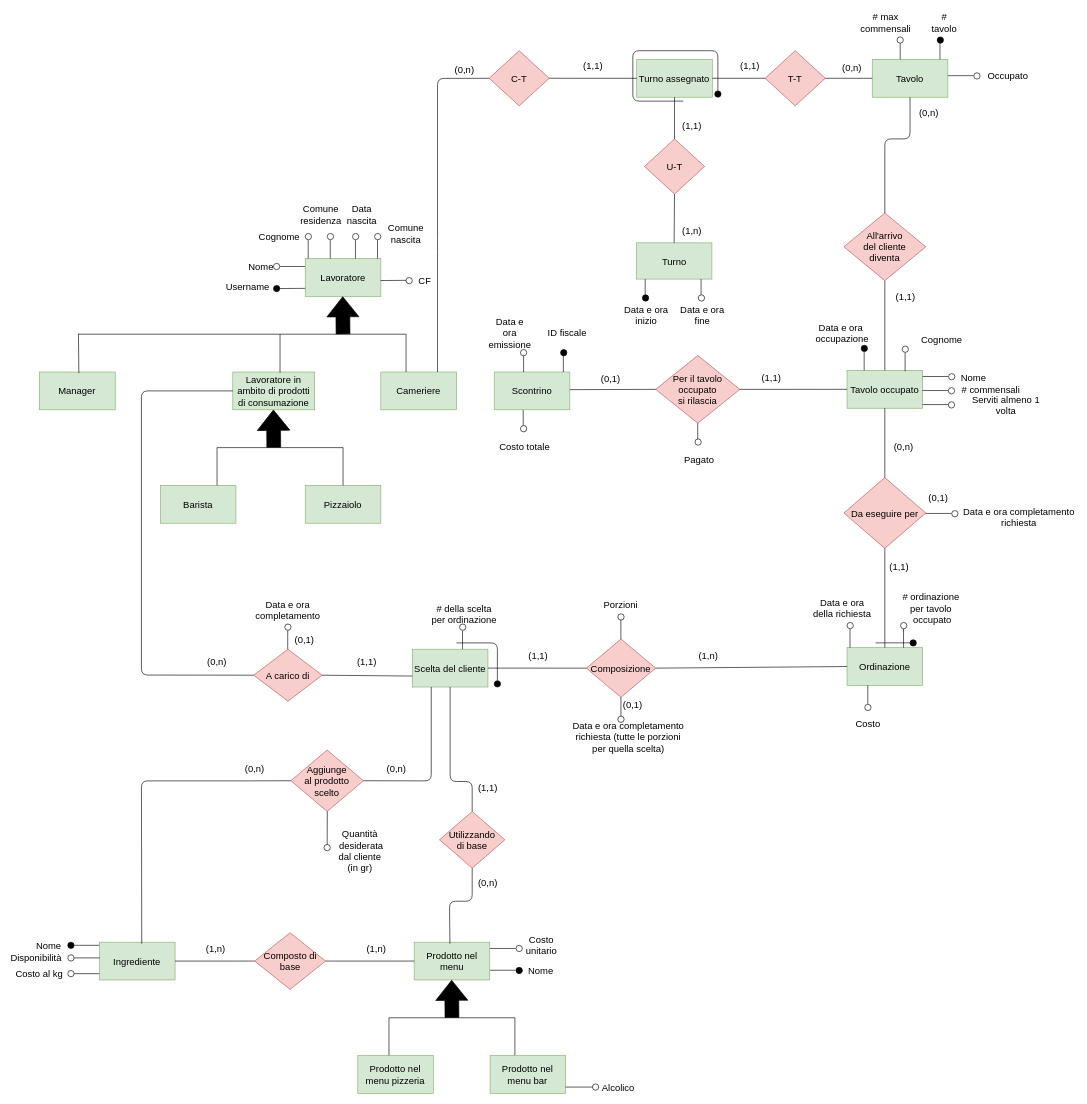
The draw.io diagram ERD/ERD_EditableDiagram.drawio in StefanoBelli/pizzeria, before the edit. Source tidied: cells renumbered, new cells numbered last; positions are measured from the earlier drawing's top-left corner, leaving out a move shared by most shapes. Both pictures are drawn from the tidied source at 63%, with x=0, y=0 at pixel (11, 16).
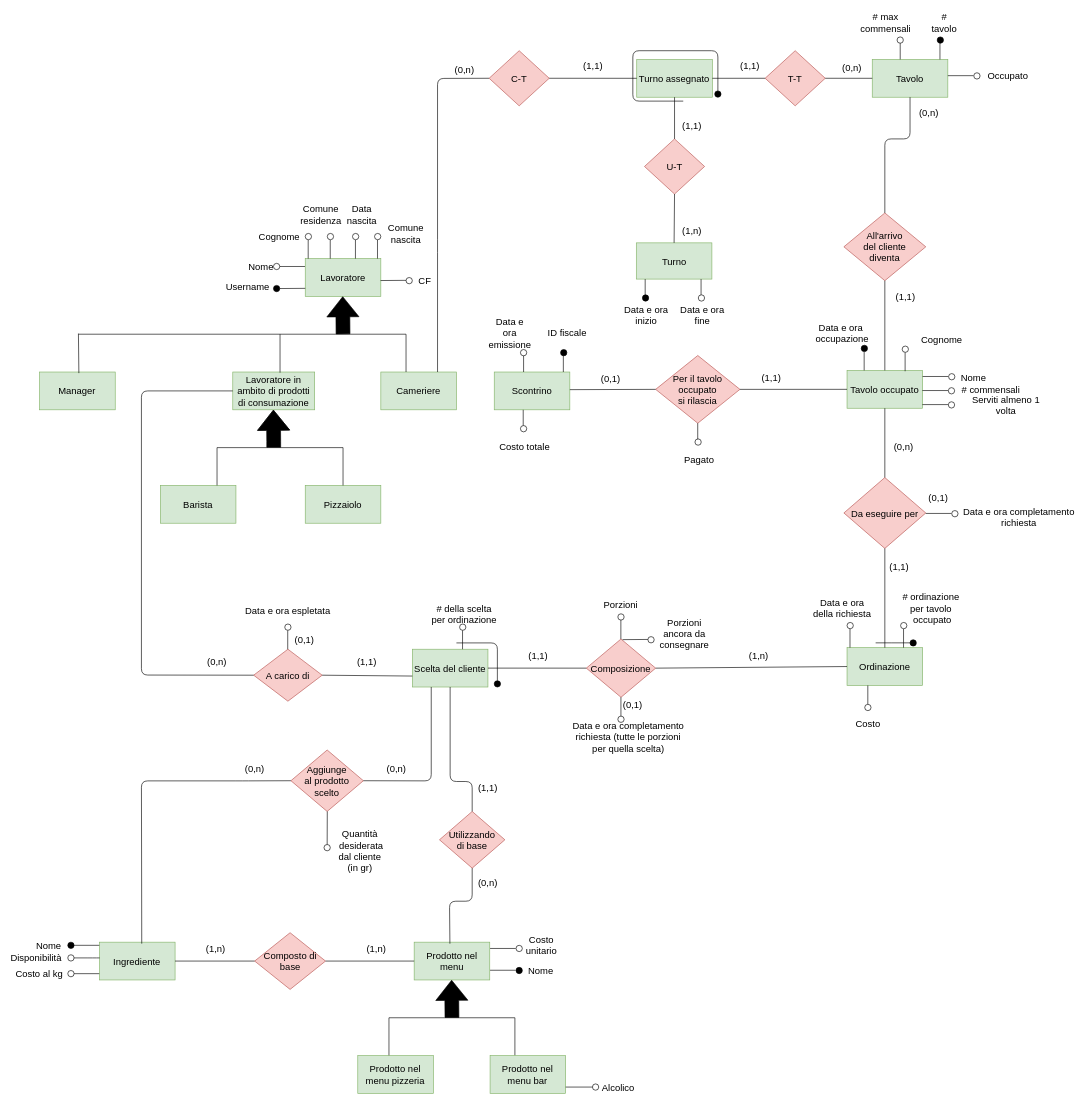
After the change.

Change to the diagram source:
```diff
@@
-    <mxCell id="62" value="Data e ora completamento" style="text;html=1;strokeColor=none;fillColor=none;align=center;verticalAlign=middle;whiteSpace=wrap;rounded=0;fontSize=15;" parent="1" vertex="1">
+    <mxCell id="62" value="Data e ora espletata" style="text;html=1;strokeColor=none;fillColor=none;align=center;verticalAlign=middle;whiteSpace=wrap;rounded=0;fontSize=15;" parent="1" vertex="1">
       <mxGeometry x="368.9" y="932.5" width="141.2" height="20" as="geometry" />
     </mxCell>
@@
     <mxCell id="97" value="(1,n)" style="text;html=1;strokeColor=none;fillColor=none;align=center;verticalAlign=middle;whiteSpace=wrap;rounded=0;fontSize=15;" parent="1" vertex="1">
-      <mxGeometry x="1087" y="1005" width="40" height="20" as="geometry" />
+      <mxGeometry x="1167" y="1005" width="40" height="20" as="geometry" />
     </mxCell>
@@
+    <mxCell id="213" style="ellipse;whiteSpace=wrap;html=1;fontSize=15;" parent="1" vertex="1">
+      <mxGeometry x="1010.9" y="985" width="10" height="10" as="geometry" />
+    </mxCell>
+    <mxCell id="214" value="Porzioni&lt;br&gt;ancora da&lt;br&gt;consegnare" style="text;html=1;strokeColor=none;fillColor=none;align=center;verticalAlign=middle;whiteSpace=wrap;rounded=0;fontSize=15;" parent="1" vertex="1">
+      <mxGeometry x="1010.9" y="970" width="116.1" height="20" as="geometry" />
+    </mxCell>
+    <mxCell id="215" style="endArrow=none;html=1;fillColor=#000000;entryX=1;entryY=0.5;entryDx=0;entryDy=0;exitX=0.003;exitY=0.828;exitDx=0;exitDy=0;exitPerimeter=0;fontSize=15;" parent="1" edge="1">
+      <mxGeometry relative="1" as="geometry">
+        <mxPoint x="1010.9" y="989.5" as="sourcePoint" />
+        <mxPoint x="970.6" y="989.8" as="targetPoint" />
+      </mxGeometry>
+    </mxCell>
```
